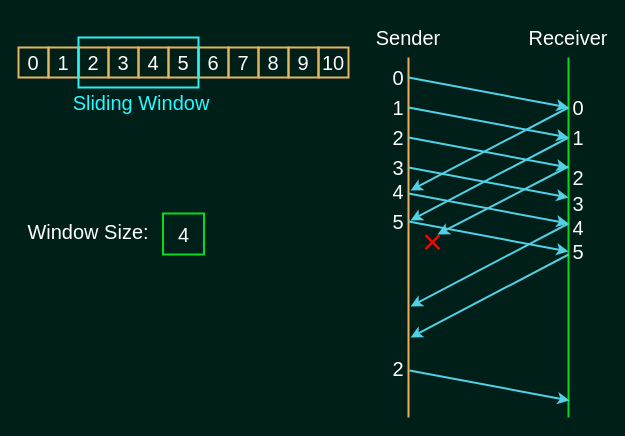
Earlier version of the draw.io diagram page "滑动窗口goback-N 的副本" (4 of 6) of booming/ppt18_lag.drawio (yrdimple/flowChart). Source tidied: cells renumbered, new cells numbered last; positions are measured from the earlier drawing's top-left corner, leaving out a move shared by most shapes. Both pictures are drawn from the tidied source at 100%, with x=0, y=0 at pixel (18, 17).
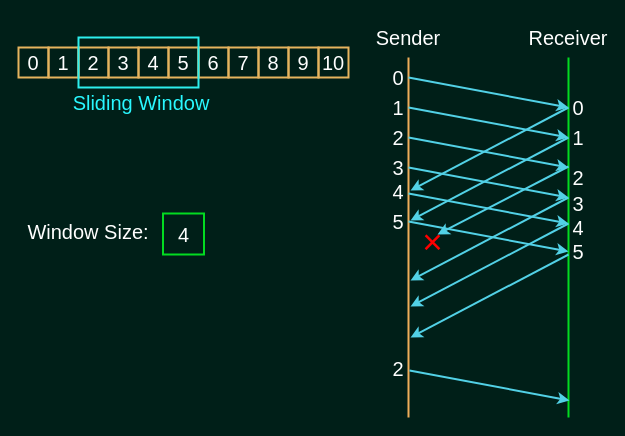
The same diagram, later.

What changed in the source:
```diff
@@
+    <mxCell id="47" style="endArrow=classic;html=1;rounded=0;fontSize=20;strokeWidth=2;fillColor=#b1ddf0;strokeColor=#52d1e6;fontColor=#FFFFFF;" parent="1" edge="1">
+      <mxGeometry relative="1" as="geometry">
+        <mxPoint x="550" y="180" as="sourcePoint" />
+        <mxPoint x="392" y="263" as="targetPoint" />
+      </mxGeometry>
+    </mxCell>
```
